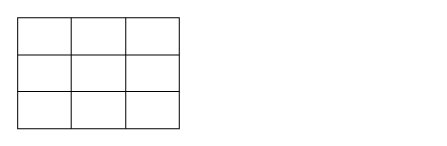
yyy-router/drawio keeps this draw.io diagram as page "第 1 页" (1 of 3) of 未命名绘图.drawio. Above is the earlier version. Source tidied: cells renumbered, new cells numbered last; positions are measured from the earlier drawing's top-left corner, leaving out a move shared by most shapes. Both pictures are drawn from the tidied source at 101%, with x=0, y=0 at pixel (17, 17).
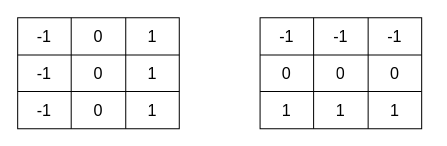
The same page after the edit.

Commit message (it also covers changes not shown here):
更新未命名绘图.drawio

The change refers to these unchanged cells:
```xml
<mxCell id="3" style="shape=tableRow;horizontal=0;startSize=0;swimlaneHead=0;swimlaneBody=0;strokeColor=inherit;top=0;left=0;bottom=0;right=0;fillColor=none;fontSize=16;" parent="2" vertex="1">
  <mxGeometry width="160" height="37" as="geometry" />
</mxCell>
<mxCell id="7" style="shape=tableRow;horizontal=0;startSize=0;swimlaneHead=0;swimlaneBody=0;strokeColor=inherit;top=0;left=0;bottom=0;right=0;fillColor=none;points=[[0,0.5],[1,0.5]];portConstraint=eastwest;fontSize=16;" parent="2" vertex="1">
  <mxGeometry y="37" width="160" height="36" as="geometry" />
</mxCell>
<mxCell id="11" style="shape=tableRow;horizontal=0;startSize=0;swimlaneHead=0;swimlaneBody=0;strokeColor=inherit;top=0;left=0;bottom=0;right=0;fillColor=none;fontSize=16;" parent="2" vertex="1">
  <mxGeometry y="73" width="160" height="37" as="geometry" />
</mxCell>
```

Change to the diagram source:
```diff
@@
-    <mxCell id="4" style="shape=partialRectangle;html=1;whiteSpace=wrap;strokeColor=inherit;overflow=hidden;fillColor=none;top=0;left=0;bottom=0;right=0;fontSize=16;" parent="3" vertex="1">
+    <mxCell id="4" value="-1" style="shape=partialRectangle;html=1;whiteSpace=wrap;strokeColor=inherit;overflow=hidden;fillColor=none;top=0;left=0;bottom=0;right=0;fontSize=16;" parent="3" vertex="1">
       <mxGeometry width="53" height="37" as="geometry" />
     </mxCell>
-    <mxCell id="5" style="shape=partialRectangle;html=1;whiteSpace=wrap;strokeColor=inherit;overflow=hidden;fillColor=none;top=0;left=0;bottom=0;right=0;fontSize=16;" parent="3" vertex="1">
+    <mxCell id="5" value="0" style="shape=partialRectangle;html=1;whiteSpace=wrap;strokeColor=inherit;overflow=hidden;fillColor=none;top=0;left=0;bottom=0;right=0;fontSize=16;" parent="3" vertex="1">
       <mxGeometry x="53" width="54" height="37" as="geometry" />
     </mxCell>
-    <mxCell id="6" style="shape=partialRectangle;html=1;whiteSpace=wrap;strokeColor=inherit;overflow=hidden;fillColor=none;top=0;left=0;bottom=0;right=0;fontSize=16;" parent="3" vertex="1">
+    <mxCell id="6" value="1" style="shape=partialRectangle;html=1;whiteSpace=wrap;strokeColor=inherit;overflow=hidden;fillColor=none;top=0;left=0;bottom=0;right=0;fontSize=16;" parent="3" vertex="1">
       <mxGeometry x="107" width="53" height="37" as="geometry" />
     </mxCell>
@@
-    <mxCell id="8" style="shape=partialRectangle;html=1;whiteSpace=wrap;strokeColor=inherit;overflow=hidden;fillColor=none;top=0;left=0;bottom=0;right=0;fontSize=16;" parent="7" vertex="1">
+    <mxCell id="8" value="-1" style="shape=partialRectangle;html=1;whiteSpace=wrap;strokeColor=inherit;overflow=hidden;fillColor=none;top=0;left=0;bottom=0;right=0;fontSize=16;" parent="7" vertex="1">
       <mxGeometry width="53" height="36" as="geometry" />
     </mxCell>
-    <mxCell id="9" style="shape=partialRectangle;html=1;whiteSpace=wrap;strokeColor=inherit;overflow=hidden;fillColor=none;top=0;left=0;bottom=0;right=0;fontSize=16;" parent="7" vertex="1">
+    <mxCell id="9" value="0" style="shape=partialRectangle;html=1;whiteSpace=wrap;strokeColor=inherit;overflow=hidden;fillColor=none;top=0;left=0;bottom=0;right=0;fontSize=16;" parent="7" vertex="1">
       <mxGeometry x="53" width="54" height="36" as="geometry" />
     </mxCell>
-    <mxCell id="10" style="shape=partialRectangle;html=1;whiteSpace=wrap;strokeColor=inherit;overflow=hidden;fillColor=none;top=0;left=0;bottom=0;right=0;fontSize=16;" parent="7" vertex="1">
+    <mxCell id="10" value="1" style="shape=partialRectangle;html=1;whiteSpace=wrap;strokeColor=inherit;overflow=hidden;fillColor=none;top=0;left=0;bottom=0;right=0;fontSize=16;" parent="7" vertex="1">
       <mxGeometry x="107" width="53" height="36" as="geometry" />
     </mxCell>
@@
-    <mxCell id="12" style="shape=partialRectangle;html=1;whiteSpace=wrap;strokeColor=inherit;overflow=hidden;fillColor=none;top=0;left=0;bottom=0;right=0;fontSize=16;" parent="11" vertex="1">
+    <mxCell id="12" value="-1" style="shape=partialRectangle;html=1;whiteSpace=wrap;strokeColor=inherit;overflow=hidden;fillColor=none;top=0;left=0;bottom=0;right=0;fontSize=16;" parent="11" vertex="1">
       <mxGeometry width="53" height="37" as="geometry" />
     </mxCell>
-    <mxCell id="13" style="shape=partialRectangle;html=1;whiteSpace=wrap;strokeColor=inherit;overflow=hidden;fillColor=none;top=0;left=0;bottom=0;right=0;fontSize=16;" parent="11" vertex="1">
+    <mxCell id="13" value="0" style="shape=partialRectangle;html=1;whiteSpace=wrap;strokeColor=inherit;overflow=hidden;fillColor=none;top=0;left=0;bottom=0;right=0;fontSize=16;" parent="11" vertex="1">
       <mxGeometry x="53" width="54" height="37" as="geometry" />
     </mxCell>
-    <mxCell id="14" style="shape=partialRectangle;html=1;whiteSpace=wrap;strokeColor=inherit;overflow=hidden;fillColor=none;top=0;left=0;bottom=0;right=0;fontSize=16;" parent="11" vertex="1">
+    <mxCell id="14" value="1" style="shape=partialRectangle;html=1;whiteSpace=wrap;strokeColor=inherit;overflow=hidden;fillColor=none;top=0;left=0;bottom=0;right=0;fontSize=16;" parent="11" vertex="1">
       <mxGeometry x="107" width="53" height="37" as="geometry" />
     </mxCell>
@@
+    <mxCell id="16" style="shape=table;startSize=0;childLayout=tableLayout;fontSize=16;" parent="1" vertex="1">
+      <mxGeometry x="240" width="160" height="110" as="geometry" />
+    </mxCell>
+    <mxCell id="17" style="shape=tableRow;horizontal=0;startSize=0;swimlaneHead=0;swimlaneBody=0;strokeColor=inherit;top=0;left=0;bottom=0;right=0;fillColor=none;fontSize=16;" parent="16" vertex="1">
+      <mxGeometry width="160" height="37" as="geometry" />
+    </mxCell>
+    <mxCell id="18" value="-1" style="shape=partialRectangle;html=1;whiteSpace=wrap;strokeColor=inherit;overflow=hidden;fillColor=none;top=0;left=0;bottom=0;right=0;fontSize=16;" parent="17" vertex="1">
+      <mxGeometry width="53" height="37" as="geometry" />
+    </mxCell>
+    <mxCell id="19" value="-1" style="shape=partialRectangle;html=1;whiteSpace=wrap;strokeColor=inherit;overflow=hidden;fillColor=none;top=0;left=0;bottom=0;right=0;fontSize=16;" parent="17" vertex="1">
+      <mxGeometry x="53" width="54" height="37" as="geometry" />
+    </mxCell>
+    <mxCell id="20" value="-1" style="shape=partialRectangle;html=1;whiteSpace=wrap;strokeColor=inherit;overflow=hidden;fillColor=none;top=0;left=0;bottom=0;right=0;fontSize=16;" parent="17" vertex="1">
+      <mxGeometry x="107" width="53" height="37" as="geometry" />
+    </mxCell>
+    <mxCell id="21" style="shape=tableRow;horizontal=0;startSize=0;swimlaneHead=0;swimlaneBody=0;strokeColor=inherit;top=0;left=0;bottom=0;right=0;fillColor=none;points=[[0,0.5],[1,0.5]];portConstraint=eastwest;fontSize=16;" parent="16" vertex="1">
+      <mxGeometry y="37" width="160" height="36" as="geometry" />
+    </mxCell>
+    <mxCell id="22" value="0" style="shape=partialRectangle;html=1;whiteSpace=wrap;strokeColor=inherit;overflow=hidden;fillColor=none;top=0;left=0;bottom=0;right=0;fontSize=16;" parent="21" vertex="1">
+      <mxGeometry width="53" height="36" as="geometry" />
+    </mxCell>
+    <mxCell id="23" value="0" style="shape=partialRectangle;html=1;whiteSpace=wrap;strokeColor=inherit;overflow=hidden;fillColor=none;top=0;left=0;bottom=0;right=0;fontSize=16;" parent="21" vertex="1">
+      <mxGeometry x="53" width="54" height="36" as="geometry" />
+    </mxCell>
+    <mxCell id="24" value="0" style="shape=partialRectangle;html=1;whiteSpace=wrap;strokeColor=inherit;overflow=hidden;fillColor=none;top=0;left=0;bottom=0;right=0;fontSize=16;" parent="21" vertex="1">
+      <mxGeometry x="107" width="53" height="36" as="geometry" />
+    </mxCell>
+    <mxCell id="25" style="shape=tableRow;horizontal=0;startSize=0;swimlaneHead=0;swimlaneBody=0;strokeColor=inherit;top=0;left=0;bottom=0;right=0;fillColor=none;fontSize=16;" parent="16" vertex="1">
+      <mxGeometry y="73" width="160" height="37" as="geometry" />
+    </mxCell>
+    <mxCell id="26" value="1" style="shape=partialRectangle;html=1;whiteSpace=wrap;strokeColor=inherit;overflow=hidden;fillColor=none;top=0;left=0;bottom=0;right=0;fontSize=16;" parent="25" vertex="1">
+      <mxGeometry width="53" height="37" as="geometry" />
+    </mxCell>
+    <mxCell id="27" value="1" style="shape=partialRectangle;html=1;whiteSpace=wrap;strokeColor=inherit;overflow=hidden;fillColor=none;top=0;left=0;bottom=0;right=0;fontSize=16;" parent="25" vertex="1">
+      <mxGeometry x="53" width="54" height="37" as="geometry" />
+    </mxCell>
+    <mxCell id="28" value="1" style="shape=partialRectangle;html=1;whiteSpace=wrap;strokeColor=inherit;overflow=hidden;fillColor=none;top=0;left=0;bottom=0;right=0;fontSize=16;" parent="25" vertex="1">
+      <mxGeometry x="107" width="53" height="37" as="geometry" />
+    </mxCell>
+    <mxCell id="29" style="edgeStyle=orthogonalEdgeStyle;rounded=0;orthogonalLoop=1;jettySize=auto;html=1;exitX=1;exitY=0.5;exitDx=0;exitDy=0;" parent="16" edge="1" source="21" target="21">
+      <mxGeometry relative="1" as="geometry" />
+    </mxCell>
```
